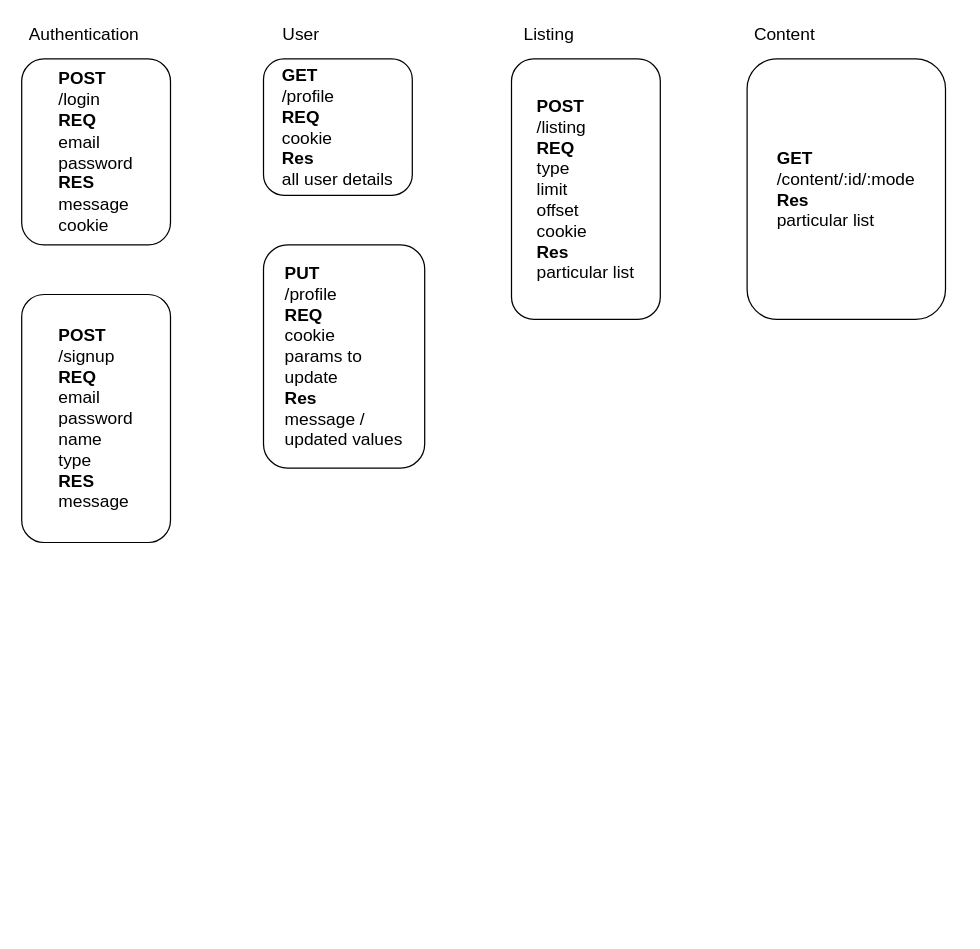
Above: page "API Endpoints" (2 of 5) of Documentation/System Design.drawio in mraniketr/Collaborative-Study-Portal (draw.io), before the change. Source tidied: cells renumbered, new cells numbered last; positions are measured from the earlier drawing's top-left corner, leaving out a move shared by most shapes. Both pictures are drawn from the tidied source at 124%, with x=0, y=0 at pixel (21, 21).
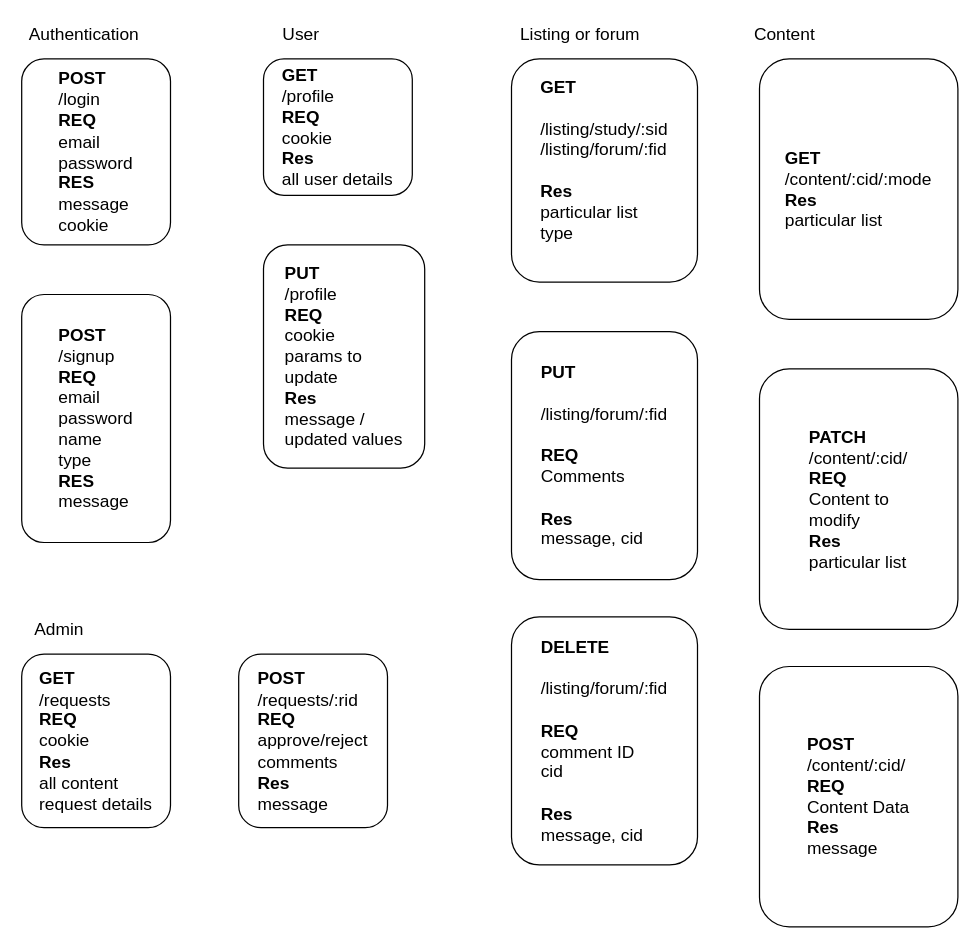
The same diagram, later.

Diff of the diagram source:
```diff
@@
 <mxGraphModel>
   <root>
     <mxCell id="0" />
     <mxCell id="1" parent="0" />
     <mxCell id="2" value="Authentication" style="text;html=1;align=center;verticalAlign=middle;strokeColor=none;fillColor=none;fontSize=14;" parent="1" vertex="1">
       <mxGeometry width="100" height="20" as="geometry" />
     </mxCell>
     <mxCell id="3" value="User" style="text;html=1;align=center;verticalAlign=middle;strokeColor=none;fillColor=none;fontSize=14;" parent="1" vertex="1">
       <mxGeometry x="200" width="50" height="20" as="geometry" />
     </mxCell>
     <mxCell id="4" value="&lt;div style=&quot;text-align: left&quot;&gt;&lt;b&gt;POST&lt;/b&gt;&lt;br&gt;&lt;/div&gt;&lt;div style=&quot;text-align: left&quot;&gt;&lt;span&gt;/login&lt;/span&gt;&lt;/div&gt;&lt;div style=&quot;text-align: left&quot;&gt;&lt;span&gt;&lt;b&gt;REQ&lt;/b&gt;&lt;/span&gt;&lt;/div&gt;&lt;div style=&quot;text-align: left&quot;&gt;&lt;span&gt;email&lt;/span&gt;&lt;/div&gt;&lt;div style=&quot;text-align: left&quot;&gt;&lt;span&gt;password&lt;/span&gt;&lt;/div&gt;&lt;div style=&quot;text-align: left&quot;&gt;&lt;span&gt;&lt;b&gt;RES&lt;/b&gt;&lt;/span&gt;&lt;/div&gt;&lt;div style=&quot;text-align: left&quot;&gt;&lt;span&gt;message&lt;/span&gt;&lt;/div&gt;&lt;div style=&quot;text-align: left&quot;&gt;&lt;span&gt;cookie&lt;/span&gt;&lt;/div&gt;" style="rounded=1;whiteSpace=wrap;html=1;fontSize=14;" parent="1" vertex="1">
       <mxGeometry y="30" width="120" height="150" as="geometry" />
     </mxCell>
     <mxCell id="5" value="&lt;div style=&quot;text-align: left&quot;&gt;&lt;b&gt;POST&lt;/b&gt;&lt;br&gt;&lt;/div&gt;&lt;div style=&quot;text-align: left&quot;&gt;&lt;span&gt;/signup&lt;/span&gt;&lt;/div&gt;&lt;div style=&quot;text-align: left&quot;&gt;&lt;span&gt;&lt;b&gt;REQ&lt;/b&gt;&lt;/span&gt;&lt;/div&gt;&lt;div style=&quot;text-align: left&quot;&gt;&lt;span&gt;email&lt;/span&gt;&lt;/div&gt;&lt;div style=&quot;text-align: left&quot;&gt;&lt;span&gt;password&lt;/span&gt;&lt;/div&gt;&lt;div style=&quot;text-align: left&quot;&gt;&lt;span&gt;name&lt;/span&gt;&lt;/div&gt;&lt;div style=&quot;text-align: left&quot;&gt;&lt;span&gt;type&lt;/span&gt;&lt;/div&gt;&lt;div style=&quot;text-align: left&quot;&gt;&lt;div&gt;&lt;b&gt;RES&lt;/b&gt;&lt;/div&gt;&lt;div&gt;message&lt;/div&gt;&lt;/div&gt;" style="rounded=1;whiteSpace=wrap;html=1;fontSize=14;" parent="1" vertex="1">
       <mxGeometry y="220" width="120" height="200" as="geometry" />
     </mxCell>
     <mxCell id="6" value="&lt;div style=&quot;text-align: left&quot;&gt;&lt;b&gt;GET&lt;/b&gt;&lt;br&gt;&lt;/div&gt;&lt;div style=&quot;text-align: left&quot;&gt;&lt;span&gt;/profile&lt;/span&gt;&lt;/div&gt;&lt;div style=&quot;text-align: left&quot;&gt;&lt;b&gt;REQ&lt;/b&gt;&lt;/div&gt;&lt;div style=&quot;text-align: left&quot;&gt;cookie&lt;/div&gt;&lt;div style=&quot;text-align: left&quot;&gt;&lt;b&gt;Res&lt;/b&gt;&lt;/div&gt;&lt;div style=&quot;text-align: left&quot;&gt;all user details&lt;/div&gt;" style="rounded=1;whiteSpace=wrap;html=1;fontSize=14;" parent="1" vertex="1">
       <mxGeometry x="195" y="30" width="120" height="110" as="geometry" />
     </mxCell>
     <mxCell id="7" value="&lt;div style=&quot;text-align: left&quot;&gt;&lt;b&gt;PUT&lt;/b&gt;&lt;br&gt;&lt;/div&gt;&lt;div style=&quot;text-align: left&quot;&gt;&lt;span&gt;/profile&lt;/span&gt;&lt;/div&gt;&lt;div style=&quot;text-align: left&quot;&gt;&lt;b&gt;REQ&lt;/b&gt;&lt;/div&gt;&lt;div style=&quot;text-align: left&quot;&gt;cookie&lt;/div&gt;&lt;div style=&quot;text-align: left&quot;&gt;params to&amp;nbsp;&lt;/div&gt;&lt;div style=&quot;text-align: left&quot;&gt;update&lt;/div&gt;&lt;div style=&quot;text-align: left&quot;&gt;&lt;b&gt;Res&lt;/b&gt;&lt;/div&gt;&lt;div style=&quot;text-align: left&quot;&gt;message /&amp;nbsp;&lt;/div&gt;&lt;div style=&quot;text-align: left&quot;&gt;updated values&lt;/div&gt;" style="rounded=1;whiteSpace=wrap;html=1;fontSize=14;" parent="1" vertex="1">
       <mxGeometry x="195" y="180" width="130" height="180" as="geometry" />
     </mxCell>
-    <mxCell id="8" value="Listing" style="text;html=1;align=center;verticalAlign=middle;strokeColor=none;fillColor=none;fontSize=14;" parent="1" vertex="1">
-      <mxGeometry x="395" width="60" height="20" as="geometry" />
+    <mxCell id="8" value="Listing or forum" style="text;html=1;align=center;verticalAlign=middle;strokeColor=none;fillColor=none;fontSize=14;" parent="1" vertex="1">
+      <mxGeometry x="395" width="110" height="20" as="geometry" />
     </mxCell>
-    <mxCell id="9" value="&lt;div style=&quot;text-align: left&quot;&gt;&lt;b&gt;POST&lt;/b&gt;&lt;br&gt;&lt;/div&gt;&lt;div style=&quot;text-align: left&quot;&gt;&lt;span&gt;/listing&lt;/span&gt;&lt;/div&gt;&lt;div style=&quot;text-align: left&quot;&gt;&lt;span&gt;&lt;b&gt;REQ&lt;/b&gt;&lt;/span&gt;&lt;/div&gt;&lt;div style=&quot;text-align: left&quot;&gt;&lt;span&gt;type&lt;/span&gt;&lt;br&gt;&lt;/div&gt;&lt;div style=&quot;text-align: left&quot;&gt;&lt;span&gt;limit&lt;/span&gt;&lt;/div&gt;&lt;div style=&quot;text-align: left&quot;&gt;&lt;span&gt;offset&lt;/span&gt;&lt;/div&gt;&lt;div style=&quot;text-align: left&quot;&gt;&lt;span&gt;cookie&lt;/span&gt;&lt;/div&gt;&lt;div style=&quot;text-align: left&quot;&gt;&lt;b&gt;Res&lt;/b&gt;&lt;/div&gt;&lt;div style=&quot;text-align: left&quot;&gt;particular list&lt;/div&gt;" style="rounded=1;whiteSpace=wrap;html=1;fontSize=14;" parent="1" vertex="1">
-      <mxGeometry x="395" y="30" width="120" height="210" as="geometry" />
+    <mxCell id="9" value="&lt;div style=&quot;text-align: left&quot;&gt;&lt;b&gt;GET&lt;/b&gt;&lt;br&gt;&lt;/div&gt;&lt;div style=&quot;text-align: left&quot;&gt;&lt;span&gt;&lt;br&gt;&lt;/span&gt;&lt;/div&gt;&lt;div style=&quot;text-align: left&quot;&gt;&lt;span&gt;/listing/study/:sid&lt;/span&gt;&lt;/div&gt;&lt;div style=&quot;text-align: left&quot;&gt;&lt;div&gt;/listing/forum/:fid&lt;/div&gt;&lt;div&gt;&lt;br&gt;&lt;/div&gt;&lt;/div&gt;&lt;div style=&quot;text-align: left&quot;&gt;&lt;b&gt;Res&lt;/b&gt;&lt;br&gt;&lt;/div&gt;&lt;div style=&quot;text-align: left&quot;&gt;particular list&lt;/div&gt;&lt;div style=&quot;text-align: left&quot;&gt;type&lt;/div&gt;&lt;div style=&quot;text-align: left&quot;&gt;&lt;br&gt;&lt;/div&gt;" style="rounded=1;whiteSpace=wrap;html=1;fontSize=14;" parent="1" vertex="1">
+      <mxGeometry x="395" y="30" width="150" height="180" as="geometry" />
     </mxCell>
-    <mxCell id="10" value="&lt;div style=&quot;text-align: left&quot;&gt;&lt;b&gt;GET&lt;/b&gt;&lt;br&gt;&lt;/div&gt;&lt;div style=&quot;text-align: left&quot;&gt;&lt;span&gt;/content/:id/:mode&lt;/span&gt;&lt;/div&gt;&lt;div style=&quot;text-align: left&quot;&gt;&lt;b&gt;Res&lt;/b&gt;&lt;br&gt;&lt;/div&gt;&lt;div style=&quot;text-align: left&quot;&gt;particular list&lt;/div&gt;" style="rounded=1;whiteSpace=wrap;html=1;fontSize=14;" parent="1" vertex="1">
-      <mxGeometry x="585" y="30" width="160" height="210" as="geometry" />
+    <mxCell id="10" value="&lt;div style=&quot;text-align: left&quot;&gt;&lt;b&gt;GET&lt;/b&gt;&lt;br&gt;&lt;/div&gt;&lt;div style=&quot;text-align: left&quot;&gt;&lt;span&gt;/content/:cid/:mode&lt;/span&gt;&lt;/div&gt;&lt;div style=&quot;text-align: left&quot;&gt;&lt;b&gt;Res&lt;/b&gt;&lt;br&gt;&lt;/div&gt;&lt;div style=&quot;text-align: left&quot;&gt;particular list&lt;/div&gt;" style="rounded=1;whiteSpace=wrap;html=1;fontSize=14;" parent="1" vertex="1">
+      <mxGeometry x="595" y="30" width="160" height="210" as="geometry" />
     </mxCell>
     <mxCell id="11" value="Content" style="text;html=1;align=center;verticalAlign=middle;strokeColor=none;fillColor=none;fontSize=14;" parent="1" vertex="1">
       <mxGeometry x="585" width="60" height="20" as="geometry" />
     </mxCell>
+    <mxCell id="12" value="&lt;div style=&quot;text-align: left&quot;&gt;&lt;b&gt;PATCH&lt;/b&gt;&lt;br&gt;&lt;/div&gt;&lt;div style=&quot;text-align: left&quot;&gt;&lt;span&gt;/content/:cid/&lt;/span&gt;&lt;/div&gt;&lt;div style=&quot;text-align: left&quot;&gt;&lt;span&gt;&lt;b&gt;REQ&lt;/b&gt;&lt;/span&gt;&lt;/div&gt;&lt;div style=&quot;text-align: left&quot;&gt;&lt;span&gt;Content to&amp;nbsp;&lt;/span&gt;&lt;/div&gt;&lt;div style=&quot;text-align: left&quot;&gt;&lt;span&gt;modify&lt;/span&gt;&lt;/div&gt;&lt;div style=&quot;text-align: left&quot;&gt;&lt;b&gt;Res&lt;/b&gt;&lt;br&gt;&lt;/div&gt;&lt;div style=&quot;text-align: left&quot;&gt;particular list&lt;/div&gt;" style="rounded=1;whiteSpace=wrap;html=1;fontSize=14;" parent="1" vertex="1">
+      <mxGeometry x="595" y="280" width="160" height="210" as="geometry" />
+    </mxCell>
+    <mxCell id="13" value="&lt;div style=&quot;text-align: left&quot;&gt;&lt;b&gt;PUT&lt;/b&gt;&lt;br&gt;&lt;/div&gt;&lt;div style=&quot;text-align: left&quot;&gt;&lt;span&gt;&lt;br&gt;&lt;/span&gt;&lt;/div&gt;&lt;div style=&quot;text-align: left&quot;&gt;&lt;span&gt;/listing/forum/:fid&lt;/span&gt;&lt;br&gt;&lt;/div&gt;&lt;div style=&quot;text-align: left&quot;&gt;&lt;div&gt;&lt;div&gt;&lt;b&gt;&lt;br&gt;&lt;/b&gt;&lt;/div&gt;&lt;div&gt;&lt;b&gt;REQ&lt;/b&gt;&lt;/div&gt;&lt;div&gt;&lt;span&gt;Comments&lt;/span&gt;&lt;/div&gt;&lt;div&gt;&lt;b&gt;&lt;br&gt;&lt;/b&gt;&lt;/div&gt;&lt;div&gt;&lt;b&gt;Res&lt;/b&gt;&lt;br&gt;&lt;/div&gt;&lt;/div&gt;&lt;/div&gt;&lt;div style=&quot;text-align: left&quot;&gt;message, cid&lt;/div&gt;" style="rounded=1;whiteSpace=wrap;html=1;fontSize=14;" parent="1" vertex="1">
+      <mxGeometry x="395" y="250" width="150" height="200" as="geometry" />
+    </mxCell>
+    <mxCell id="14" value="&lt;div style=&quot;text-align: left&quot;&gt;&lt;b&gt;DELETE&lt;/b&gt;&lt;/div&gt;&lt;div style=&quot;text-align: left&quot;&gt;&lt;br&gt;&lt;/div&gt;&lt;div style=&quot;text-align: left&quot;&gt;&lt;span&gt;/listing/forum/:fid&lt;/span&gt;&lt;br&gt;&lt;/div&gt;&lt;div style=&quot;text-align: left&quot;&gt;&lt;div&gt;&lt;div&gt;&lt;b&gt;&lt;br&gt;&lt;/b&gt;&lt;/div&gt;&lt;div&gt;&lt;b&gt;REQ&lt;/b&gt;&lt;/div&gt;&lt;div&gt;&lt;span&gt;comment ID&lt;/span&gt;&lt;/div&gt;&lt;div&gt;cid&lt;/div&gt;&lt;div&gt;&lt;b&gt;&lt;br&gt;&lt;/b&gt;&lt;/div&gt;&lt;div&gt;&lt;b&gt;Res&lt;/b&gt;&lt;br&gt;&lt;/div&gt;&lt;/div&gt;&lt;/div&gt;&lt;div style=&quot;text-align: left&quot;&gt;message, cid&lt;/div&gt;" style="rounded=1;whiteSpace=wrap;html=1;fontSize=14;" parent="1" vertex="1">
+      <mxGeometry x="395" y="480" width="150" height="200" as="geometry" />
+    </mxCell>
+    <mxCell id="15" value="&lt;div style=&quot;text-align: left&quot;&gt;&lt;span&gt;&lt;b&gt;POST&lt;/b&gt;&lt;/span&gt;&lt;/div&gt;&lt;div style=&quot;text-align: left&quot;&gt;&lt;span&gt;/content/:cid/&lt;/span&gt;&lt;br&gt;&lt;/div&gt;&lt;div style=&quot;text-align: left&quot;&gt;&lt;span&gt;&lt;b&gt;REQ&lt;/b&gt;&lt;/span&gt;&lt;/div&gt;&lt;div style=&quot;text-align: left&quot;&gt;Content Data&lt;/div&gt;&lt;div style=&quot;text-align: left&quot;&gt;&lt;b&gt;Res&lt;/b&gt;&lt;br&gt;&lt;/div&gt;&lt;div style=&quot;text-align: left&quot;&gt;message&lt;/div&gt;" style="rounded=1;whiteSpace=wrap;html=1;fontSize=14;" parent="1" vertex="1">
+      <mxGeometry x="595" y="520" width="160" height="210" as="geometry" />
+    </mxCell>
+    <mxCell id="16" value="Admin" style="text;html=1;align=center;verticalAlign=middle;strokeColor=none;fillColor=none;fontSize=14;" parent="1" vertex="1">
+      <mxGeometry y="480" width="60" height="20" as="geometry" />
+    </mxCell>
+    <mxCell id="17" value="&lt;div style=&quot;text-align: left&quot;&gt;&lt;b&gt;GET&lt;/b&gt;&lt;br&gt;&lt;/div&gt;&lt;div style=&quot;text-align: left&quot;&gt;&lt;span&gt;/requests&lt;/span&gt;&lt;/div&gt;&lt;div style=&quot;text-align: left&quot;&gt;&lt;b&gt;REQ&lt;/b&gt;&lt;/div&gt;&lt;div style=&quot;text-align: left&quot;&gt;cookie&lt;/div&gt;&lt;div style=&quot;text-align: left&quot;&gt;&lt;b&gt;Res&lt;/b&gt;&lt;/div&gt;&lt;div style=&quot;text-align: left&quot;&gt;all content&amp;nbsp;&lt;/div&gt;&lt;div style=&quot;text-align: left&quot;&gt;request details&lt;/div&gt;" style="rounded=1;whiteSpace=wrap;html=1;fontSize=14;" parent="1" vertex="1">
+      <mxGeometry y="510" width="120" height="140" as="geometry" />
+    </mxCell>
+    <mxCell id="18" value="&lt;div style=&quot;text-align: left&quot;&gt;&lt;b&gt;POST&lt;/b&gt;&lt;br&gt;&lt;/div&gt;&lt;div style=&quot;text-align: left&quot;&gt;&lt;span&gt;/requests/:rid&lt;/span&gt;&lt;/div&gt;&lt;div style=&quot;text-align: left&quot;&gt;&lt;b&gt;REQ&lt;/b&gt;&lt;/div&gt;&lt;div style=&quot;text-align: left&quot;&gt;approve/reject&lt;/div&gt;&lt;div style=&quot;text-align: left&quot;&gt;comments&lt;/div&gt;&lt;div style=&quot;text-align: left&quot;&gt;&lt;b&gt;Res&lt;/b&gt;&lt;/div&gt;&lt;div style=&quot;text-align: left&quot;&gt;message&lt;/div&gt;" style="rounded=1;whiteSpace=wrap;html=1;fontSize=14;" parent="1" vertex="1">
+      <mxGeometry x="175" y="510" width="120" height="140" as="geometry" />
+    </mxCell>
   </root>
 </mxGraphModel>
```
